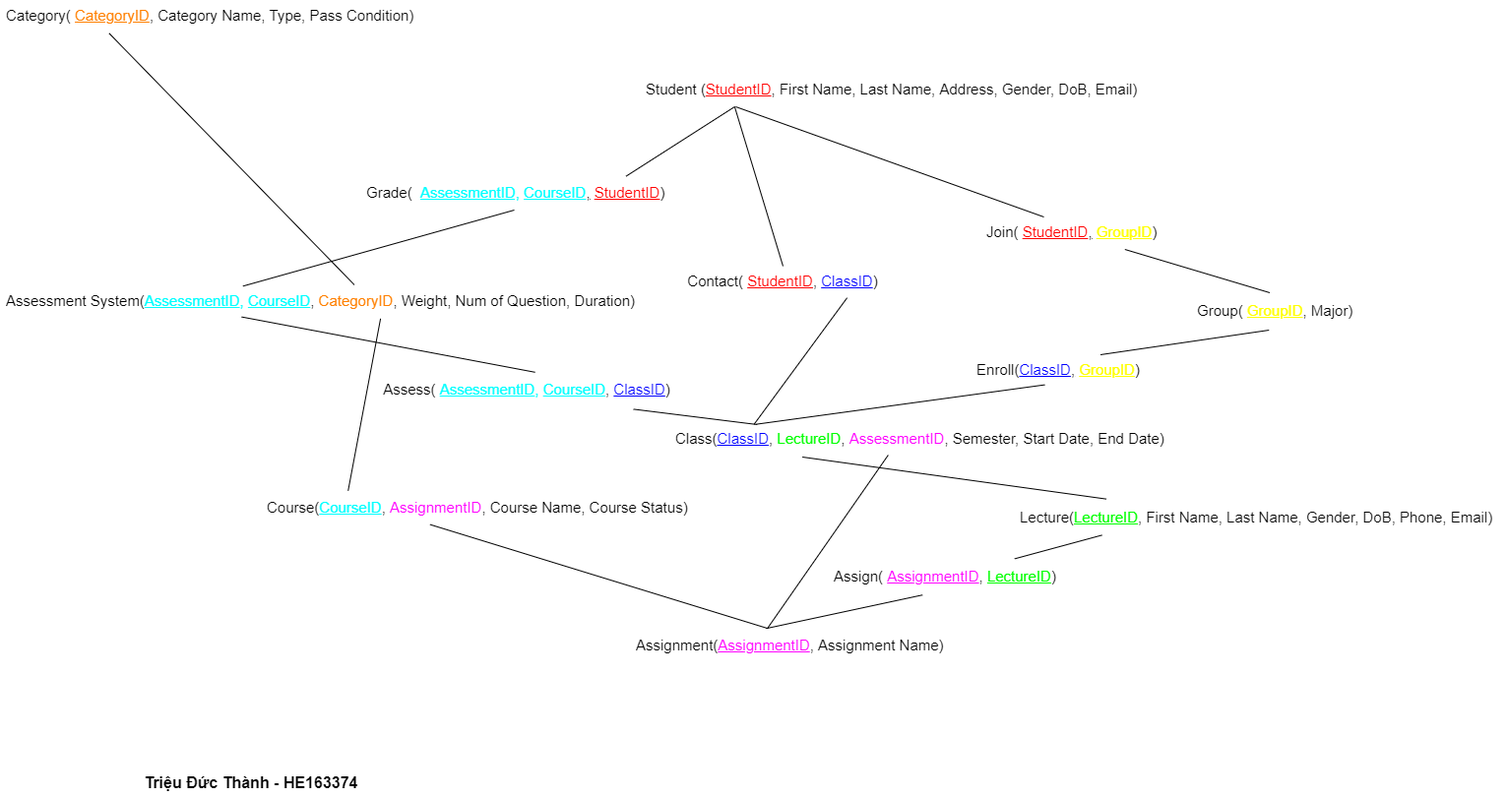
Before: Tables_Assignment_DBI.png, a diagram exported from draw.io (thajnh30cm/DBI202_ASG). Source tidied: cells renumbered, new cells last; positions are measured from the earlier drawing's top-left corner, leaving out a move shared by most shapes.
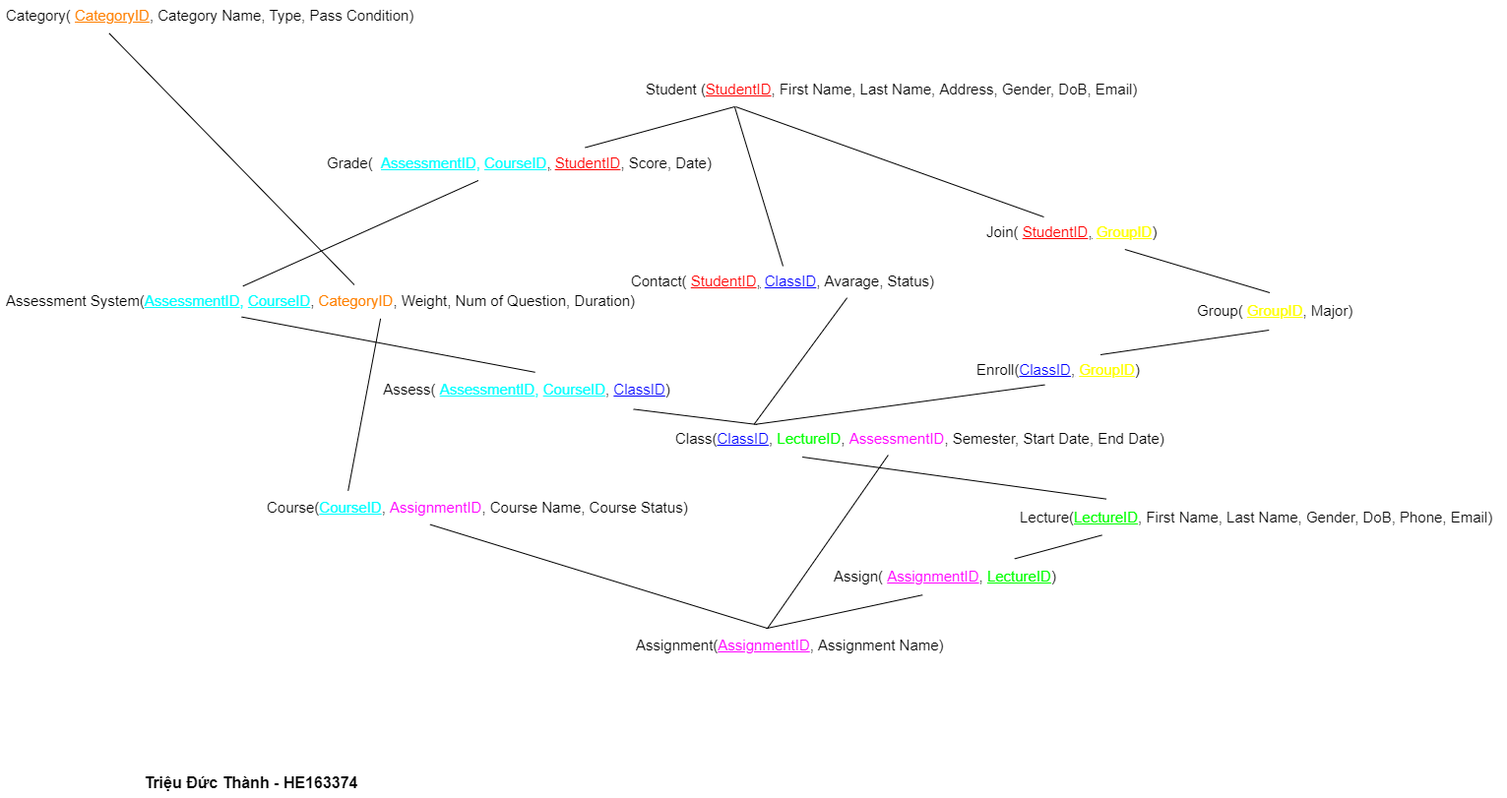
The same diagram one commit later.

What changed in the source:
```diff
@@ -29,10 +29,10 @@
     <mxCell id="10" value="Join( &lt;u style=&quot;font-size: 15px;&quot;&gt;&lt;font color=&quot;#ff0000&quot;&gt;StudentID&lt;/font&gt;,&lt;/u&gt;&lt;span style=&quot;font-size: 15px;&quot;&gt; &lt;u&gt;&lt;font color=&quot;#ffff00&quot;&gt;GroupID&lt;/font&gt;&lt;/u&gt;&lt;/span&gt;)" style="text;html=1;strokeColor=none;fillColor=none;align=left;verticalAlign=middle;whiteSpace=wrap;rounded=0;fontSize=15;fontColor=default;" parent="1" vertex="1">
       <mxGeometry x="1000" y="220" width="240" height="30" as="geometry" />
     </mxCell>
-    <mxCell id="11" value="Grade( &amp;nbsp;&lt;u&gt;&lt;font color=&quot;#00ffff&quot;&gt;AssessmentID,&lt;/font&gt;&lt;/u&gt; &lt;u&gt;&lt;font color=&quot;#00ffff&quot;&gt;CourseID&lt;/font&gt;,&lt;/u&gt;&amp;nbsp;&lt;u&gt;&lt;font color=&quot;#ff0000&quot;&gt;StudentID&lt;/font&gt;&lt;/u&gt;)" style="text;html=1;strokeColor=none;fillColor=none;align=left;verticalAlign=middle;whiteSpace=wrap;rounded=0;fontSize=15;fontColor=default;" parent="1" vertex="1">
-      <mxGeometry x="370" y="180" width="320" height="30" as="geometry" />
+    <mxCell id="11" value="Grade( &amp;nbsp;&lt;u&gt;&lt;font color=&quot;#00ffff&quot;&gt;AssessmentID,&lt;/font&gt;&lt;/u&gt; &lt;u&gt;&lt;font color=&quot;#00ffff&quot;&gt;CourseID&lt;/font&gt;,&lt;/u&gt;&amp;nbsp;&lt;u&gt;&lt;font color=&quot;#ff0000&quot;&gt;StudentID&lt;/font&gt;&lt;/u&gt;, Score, Date)" style="text;html=1;strokeColor=none;fillColor=none;align=left;verticalAlign=middle;whiteSpace=wrap;rounded=0;fontSize=15;fontColor=default;" parent="1" vertex="1">
+      <mxGeometry x="330" y="150" width="410" height="30" as="geometry" />
     </mxCell>
-    <mxCell id="12" value="Contact( &lt;u&gt;&lt;font color=&quot;#ff0000&quot;&gt;StudentID&lt;/font&gt;,&lt;/u&gt; &lt;u&gt;&lt;font color=&quot;#0000ff&quot;&gt;ClassID&lt;/font&gt;&lt;/u&gt;)" style="text;html=1;strokeColor=none;fillColor=none;align=center;verticalAlign=middle;whiteSpace=wrap;rounded=0;fontSize=15;fontColor=default;" parent="1" vertex="1">
+    <mxCell id="12" value="Contact( &lt;u&gt;&lt;font color=&quot;#ff0000&quot;&gt;StudentID&lt;/font&gt;,&lt;/u&gt; &lt;u&gt;&lt;font color=&quot;#0000ff&quot;&gt;ClassID&lt;/font&gt;&lt;/u&gt;, Avarage, Status)" style="text;html=1;strokeColor=none;fillColor=none;align=center;verticalAlign=middle;whiteSpace=wrap;rounded=0;fontSize=15;fontColor=default;" parent="1" vertex="1">
       <mxGeometry x="620" y="270" width="350" height="30" as="geometry" />
     </mxCell>
     <mxCell id="13" value="Enroll(&lt;u&gt;&lt;font color=&quot;#0000ff&quot;&gt;ClassID&lt;/font&gt;,&lt;/u&gt; &lt;u&gt;&lt;font color=&quot;#ffff00&quot;&gt;GroupID&lt;/font&gt;&lt;/u&gt;)" style="text;html=1;strokeColor=none;fillColor=none;align=center;verticalAlign=middle;whiteSpace=wrap;rounded=0;fontSize=15;fontColor=default;" parent="1" vertex="1">
@@ -44,7 +44,7 @@
     <mxCell id="15" value="Assign( &lt;u&gt;&lt;font color=&quot;#ff00ff&quot;&gt;AssignmentID&lt;/font&gt;,&lt;/u&gt;&amp;nbsp;&lt;u&gt;&lt;font color=&quot;#00ff00&quot;&gt;LectureID&lt;/font&gt;&lt;/u&gt;)" style="text;html=1;strokeColor=none;fillColor=none;align=center;verticalAlign=middle;whiteSpace=wrap;rounded=0;fontSize=15;fontColor=default;" parent="1" vertex="1">
       <mxGeometry x="840" y="570" width="240" height="30" as="geometry" />
     </mxCell>
-    <mxCell id="16" style="endArrow=none;html=1;rounded=0;fontSize=15;fontColor=default;exitX=0.83;exitY=-0.047;exitDx=0;exitDy=0;entryX=0.188;entryY=1.1;entryDx=0;entryDy=0;entryPerimeter=0;exitPerimeter=0;" parent="1" edge="1" source="11" target="2">
+    <mxCell id="16" style="endArrow=none;html=1;rounded=0;fontSize=15;fontColor=default;exitX=0.644;exitY=-0.017;exitDx=0;exitDy=0;entryX=0.188;entryY=1.1;entryDx=0;entryDy=0;entryPerimeter=0;exitPerimeter=0;" parent="1" edge="1" source="11" target="2">
       <mxGeometry relative="1" as="geometry" />
     </mxCell>
     <mxCell id="17" style="endArrow=none;html=1;rounded=0;fontSize=15;fontColor=default;exitX=0.5;exitY=0;exitDx=0;exitDy=0;entryX=0.188;entryY=1.1;entryDx=0;entryDy=0;entryPerimeter=0;" parent="1" edge="1" source="12" target="2">
@@ -65,7 +65,7 @@
     <mxCell id="22" style="endArrow=none;html=1;rounded=0;fontSize=15;fontColor=default;entryX=0.315;entryY=1.167;entryDx=0;entryDy=0;entryPerimeter=0;exitX=0.75;exitY=0;exitDx=0;exitDy=0;" parent="1" edge="1" source="13" target="4">
       <mxGeometry relative="1" as="geometry" />
     </mxCell>
-    <mxCell id="23" style="endArrow=none;html=1;rounded=0;fontSize=15;fontColor=default;entryX=0.475;entryY=1.1;entryDx=0;entryDy=0;entryPerimeter=0;exitX=0.379;exitY=0.01;exitDx=0;exitDy=0;exitPerimeter=0;" parent="1" edge="1" source="8" target="11">
+    <mxCell id="23" style="endArrow=none;html=1;rounded=0;fontSize=15;fontColor=default;entryX=0.379;entryY=1.1;entryDx=0;entryDy=0;entryPerimeter=0;exitX=0.379;exitY=0.01;exitDx=0;exitDy=0;exitPerimeter=0;" parent="1" edge="1" source="8" target="11">
       <mxGeometry relative="1" as="geometry" />
     </mxCell>
     <mxCell id="24" style="endArrow=none;html=1;rounded=0;fontSize=15;fontColor=default;entryX=0.849;entryY=1.18;entryDx=0;entryDy=0;entryPerimeter=0;exitX=0.174;exitY=0.033;exitDx=0;exitDy=0;exitPerimeter=0;" parent="1" edge="1" source="6" target="14">
```
